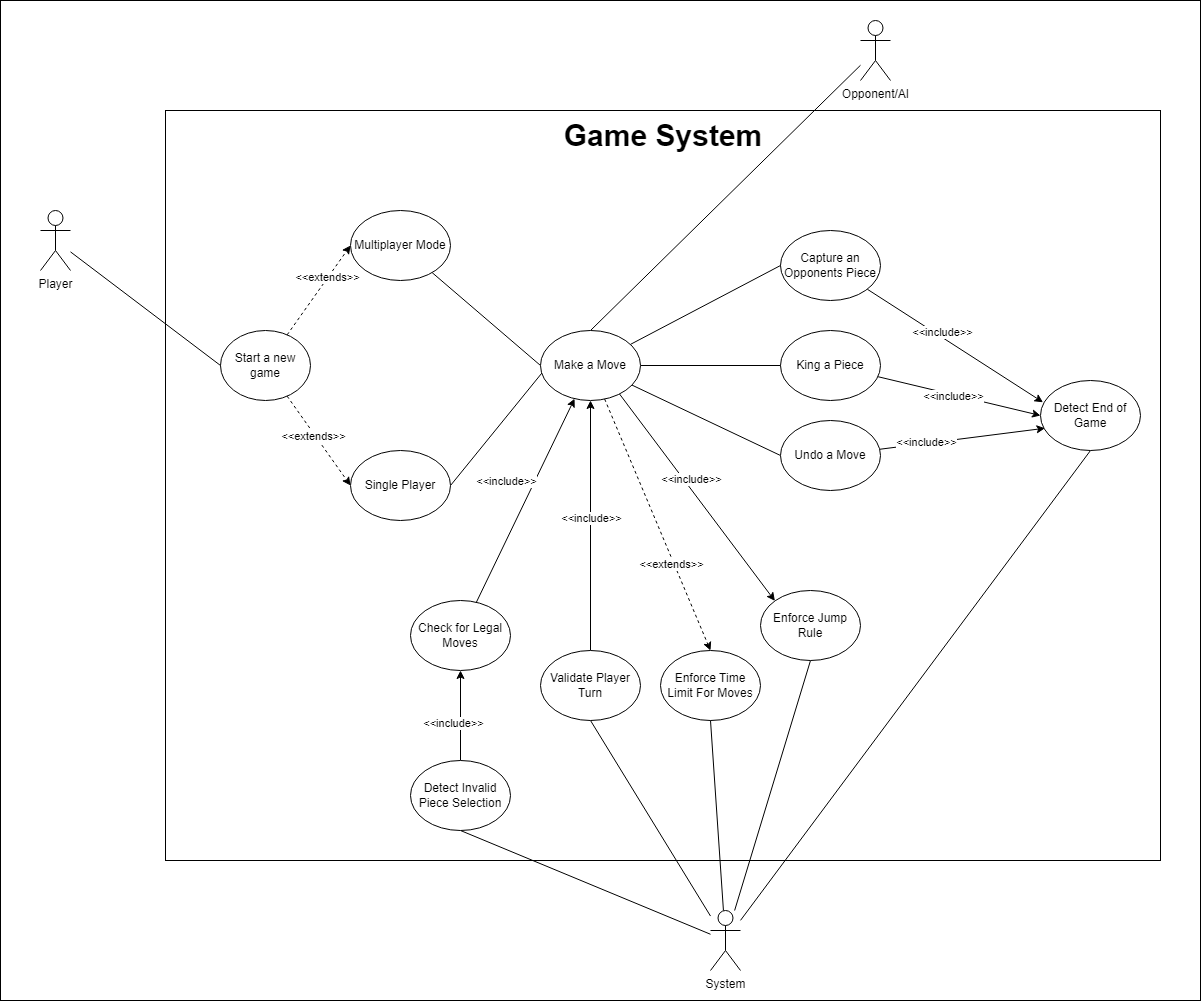
Before: docs/diagrams/use_case_diagram.png, a diagram exported from draw.io (marinara782/OMG-Multiplayer-Project). Source tidied: cells renumbered, new cells last; positions are measured from the earlier drawing's top-left corner, leaving out a move shared by most shapes.
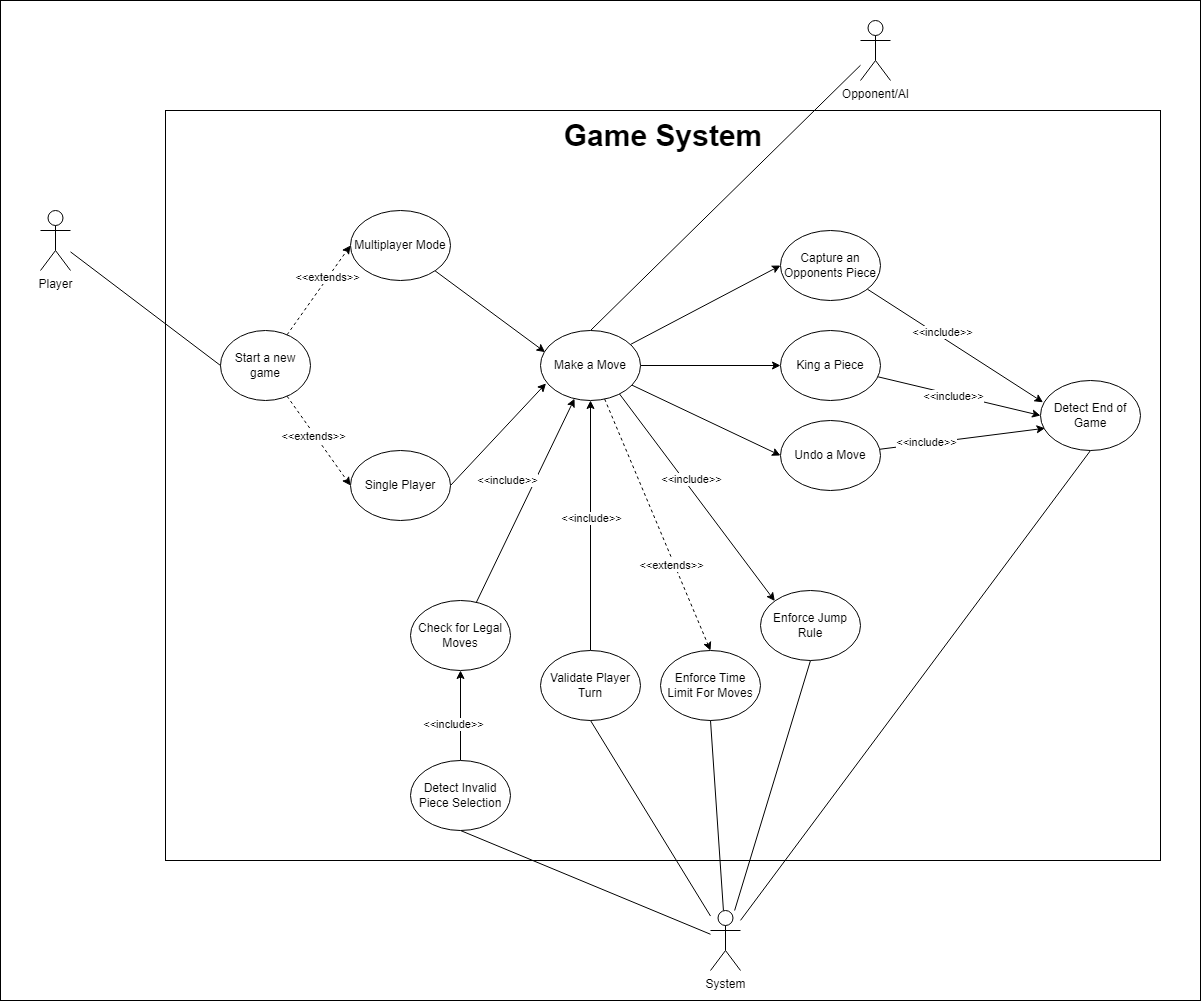
Above is the later version.

Commit message:
Fixed up some lines with Use Case Diagram

What changed in the source:
```diff
@@ -35,16 +35,14 @@
     <mxCell id="12" value="&lt;b&gt;&lt;font style=&quot;font-size: 30px;&quot;&gt;Game System&lt;/font&gt;&lt;/b&gt;" style="text;html=1;align=center;verticalAlign=middle;whiteSpace=wrap;rounded=0;" parent="1" vertex="1">
       <mxGeometry x="477.5" y="120" width="370" height="30" as="geometry" />
     </mxCell>
-    <mxCell id="13" style="rounded=0;jettySize=auto;html=1;entryX=0;entryY=0.5;entryDx=0;entryDy=0;endArrow=none;startFill=0;" parent="1" edge="1" source="14" target="35">
+    <mxCell id="13" style="rounded=0;jettySize=auto;html=1;entryX=0.046;entryY=0.309;entryDx=0;entryDy=0;endArrow=classic;startFill=0;endFill=1;entryPerimeter=0;" parent="1" edge="1" source="14" target="35">
       <mxGeometry relative="1" as="geometry" />
     </mxCell>
     <mxCell id="14" value="Multiplayer Mode" style="ellipse;whiteSpace=wrap;html=1;" parent="1" vertex="1">
       <mxGeometry x="350" y="210" width="100" height="70" as="geometry" />
     </mxCell>
-    <mxCell id="15" style="rounded=0;jettySize=auto;html=1;endArrow=none;startFill=0;exitX=1;exitY=0.5;exitDx=0;exitDy=0;" parent="1" edge="1" source="16">
-      <mxGeometry relative="1" as="geometry">
-        <mxPoint x="547.5" y="365" as="targetPoint" />
-      </mxGeometry>
+    <mxCell id="15" style="rounded=0;jettySize=auto;html=1;endArrow=classic;startFill=0;exitX=1;exitY=0.5;exitDx=0;exitDy=0;endFill=1;entryX=0.055;entryY=0.756;entryDx=0;entryDy=0;entryPerimeter=0;" parent="1" edge="1" source="16" target="35">
+      <mxGeometry relative="1" as="geometry" />
     </mxCell>
     <mxCell id="16" value="Single Player" style="ellipse;whiteSpace=wrap;html=1;" parent="1" vertex="1">
       <mxGeometry x="350" y="450" width="100" height="70" as="geometry" />
@@ -84,13 +82,13 @@
     <mxCell id="27" value="King a Piece" style="ellipse;whiteSpace=wrap;html=1;" parent="1" vertex="1">
       <mxGeometry x="780" y="330" width="100" height="70" as="geometry" />
     </mxCell>
-    <mxCell id="28" style="rounded=0;jettySize=auto;html=1;entryX=0;entryY=0.5;entryDx=0;entryDy=0;endArrow=none;startFill=0;" parent="1" edge="1" source="35" target="24">
+    <mxCell id="28" style="rounded=0;jettySize=auto;html=1;entryX=0;entryY=0.5;entryDx=0;entryDy=0;endArrow=classic;startFill=0;endFill=1;" parent="1" edge="1" source="35" target="24">
       <mxGeometry relative="1" as="geometry" />
     </mxCell>
-    <mxCell id="29" style="rounded=0;jettySize=auto;html=1;entryX=0;entryY=0.5;entryDx=0;entryDy=0;endArrow=none;startFill=0;" parent="1" edge="1" source="35" target="27">
+    <mxCell id="29" style="rounded=0;jettySize=auto;html=1;entryX=0;entryY=0.5;entryDx=0;entryDy=0;endArrow=classic;startFill=0;endFill=1;" parent="1" edge="1" source="35" target="27">
       <mxGeometry relative="1" as="geometry" />
     </mxCell>
-    <mxCell id="30" style="rounded=0;jettySize=auto;html=1;entryX=0;entryY=0.5;entryDx=0;entryDy=0;endArrow=none;startFill=0;" parent="1" edge="1" source="35" target="41">
+    <mxCell id="30" style="rounded=0;jettySize=auto;html=1;entryX=0;entryY=0.5;entryDx=0;entryDy=0;endArrow=classic;startFill=0;endFill=1;" parent="1" edge="1" source="35" target="41">
       <mxGeometry relative="1" as="geometry" />
     </mxCell>
     <mxCell id="31" style="rounded=0;jettySize=auto;html=1;entryX=0.5;entryY=0;entryDx=0;entryDy=0;dashed=1;" parent="1" edge="1" source="35" target="50">
```
